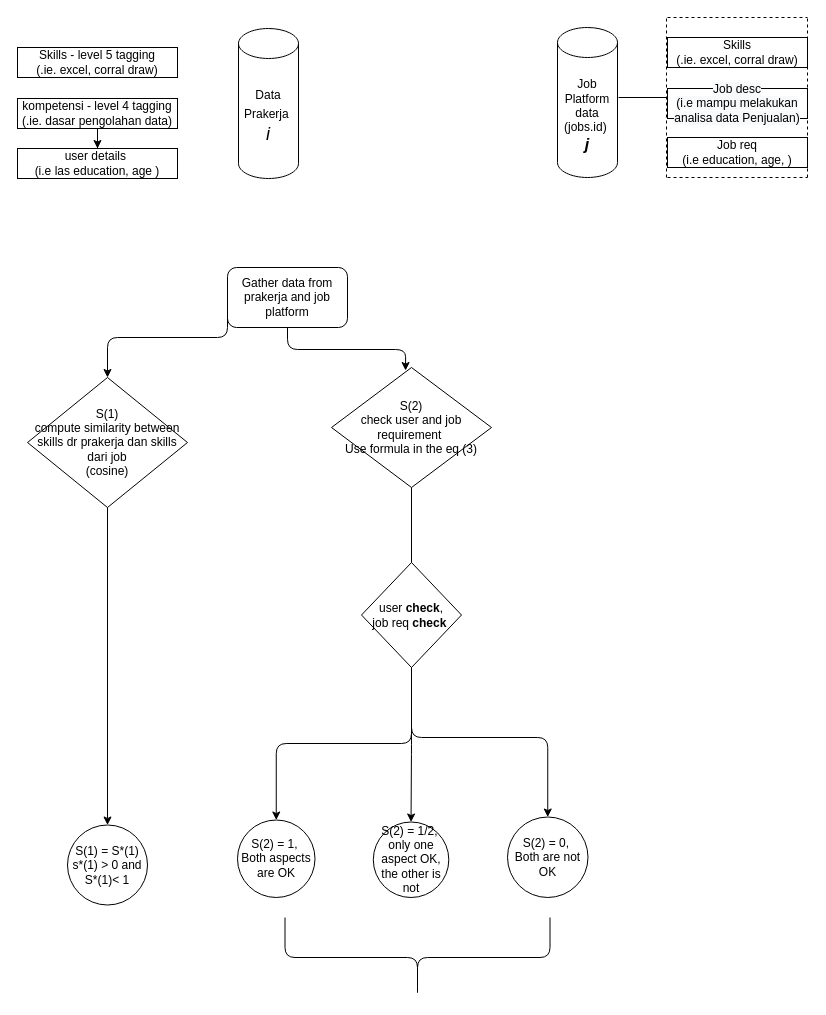
amaulana/myFirstRepo keeps this draw.io diagram as Untitled Diagram.drawio. Above is the earlier version. Source tidied: cells renumbered, new cells numbered last; positions are measured from the earlier drawing's top-left corner, leaving out a move shared by most shapes. Both pictures are drawn from the tidied source at 100%, with x=0, y=0 at pixel (17, 17).
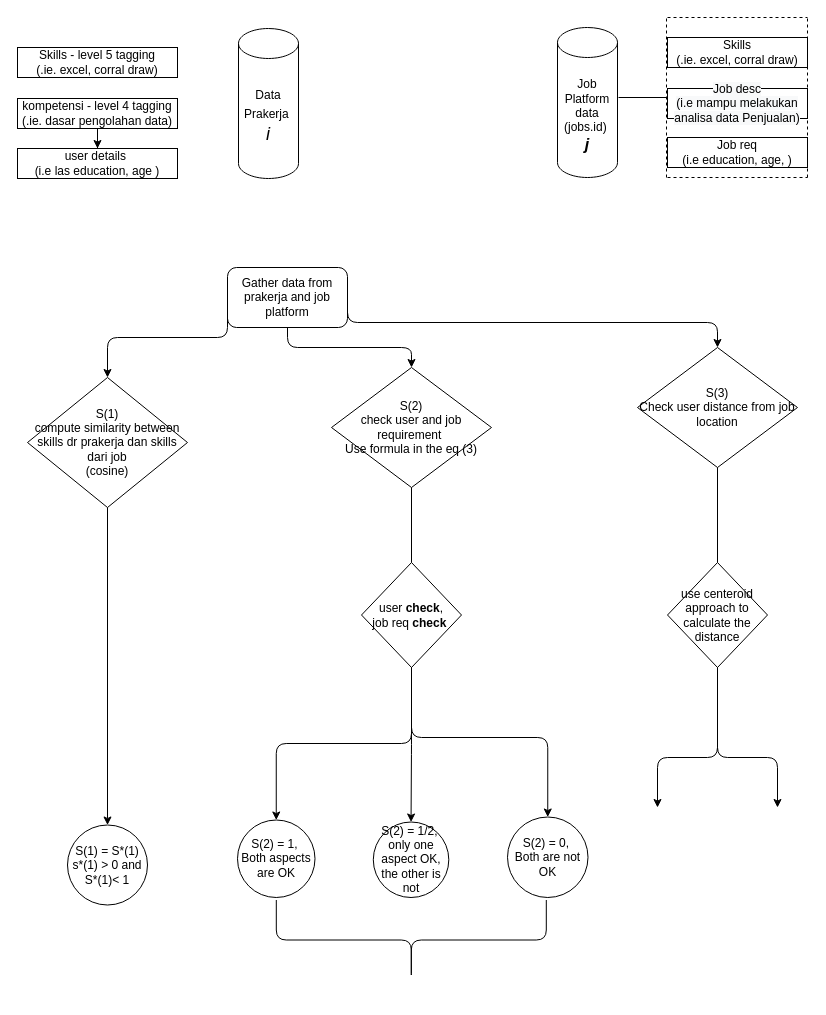
The same page after the edit.

Unchanged cells that the change refers to:
```xml
<mxCell id="16" value="S(2) &lt;br&gt;check user and job requirement&amp;nbsp;&lt;br&gt;Use formula in the eq (3)" style="rhombus;whiteSpace=wrap;html=1;" parent="1" vertex="1">
  <mxGeometry x="314" y="350" width="160" height="120" as="geometry" />
</mxCell>
<mxCell id="18" value="Gather data from prakerja and job platform" style="rounded=1;whiteSpace=wrap;html=1;" parent="1" vertex="1">
  <mxGeometry x="210" y="250" width="120" height="60" as="geometry" />
</mxCell>
```

Diff of the diagram source:
```diff
@@
     <mxCell id="26" style="shape=curlyBracket;whiteSpace=wrap;html=1;rounded=1;rotation=-90;" parent="1" vertex="1">
-      <mxGeometry x="360" y="807.5" width="80" height="265" as="geometry" />
+      <mxGeometry x="353.8" y="787.5" width="80" height="270" as="geometry" />
     </mxCell>
@@
-    <mxCell id="31" style="edgeStyle=elbowEdgeStyle;elbow=vertical;endArrow=classic;html=1;entryX=0.463;entryY=0.025;entryDx=0;entryDy=0;entryPerimeter=0;" parent="1" edge="1" source="18" target="16">
+    <mxCell id="31" style="edgeStyle=elbowEdgeStyle;elbow=vertical;endArrow=classic;html=1;entryX=0.5;entryY=0;entryDx=0;entryDy=0;" parent="1" edge="1" source="18" target="16">
       <mxGeometry relative="1" as="geometry" />
     </mxCell>
+    <mxCell id="32" style="edgeStyle=elbowEdgeStyle;elbow=vertical;endArrow=classic;html=1;exitX=1;exitY=0.5;exitDx=0;exitDy=0;" parent="1" edge="1" source="18">
+      <mxGeometry relative="1" as="geometry">
+        <mxPoint x="700" y="330" as="targetPoint" />
+      </mxGeometry>
+    </mxCell>
+    <mxCell id="33" value="S(3) &lt;br&gt;Check user distance from job location" style="rhombus;whiteSpace=wrap;html=1;" parent="1" vertex="1">
+      <mxGeometry x="620" y="330" width="160" height="120" as="geometry" />
+    </mxCell>
+    <mxCell id="34" value="use centeroid approach to calculate the distance" style="rhombus;whiteSpace=wrap;html=1;" parent="1" vertex="1">
+      <mxGeometry x="650" y="545" width="100" height="105" as="geometry" />
+    </mxCell>
+    <mxCell id="35" style="endArrow=none;html=1;entryX=0.5;entryY=1;entryDx=0;entryDy=0;exitX=0.5;exitY=0;exitDx=0;exitDy=0;" parent="1" edge="1" source="34">
+      <mxGeometry relative="1" as="geometry">
+        <mxPoint x="700" y="450" as="targetPoint" />
+      </mxGeometry>
+    </mxCell>
+    <mxCell id="36" style="edgeStyle=elbowEdgeStyle;elbow=vertical;endArrow=classic;html=1;exitX=0.5;exitY=1;exitDx=0;exitDy=0;" parent="1" edge="1" source="34">
+      <mxGeometry relative="1" as="geometry">
+        <mxPoint x="640" y="790" as="targetPoint" />
+        <Array as="points">
+          <mxPoint x="570" y="740" />
+        </Array>
+      </mxGeometry>
+    </mxCell>
+    <mxCell id="37" style="edgeStyle=elbowEdgeStyle;elbow=vertical;endArrow=classic;html=1;" parent="1" edge="1">
+      <mxGeometry relative="1" as="geometry">
+        <mxPoint x="700" y="650" as="sourcePoint" />
+        <mxPoint x="760" y="790" as="targetPoint" />
+        <Array as="points">
+          <mxPoint x="750" y="740" />
+        </Array>
+      </mxGeometry>
+    </mxCell>
```
